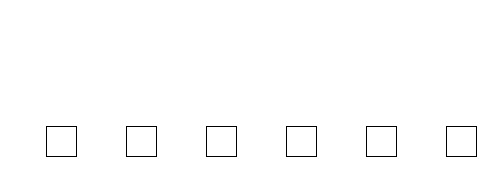
Before: bilstm.drawio in djher/test, a draw.io diagram. Source tidied: cells renumbered, new cells numbered last; positions are measured from the earlier drawing's top-left corner, leaving out a move shared by most shapes. Both pictures are drawn from the tidied source at 100%, with x=0, y=0 at pixel (46, 126).
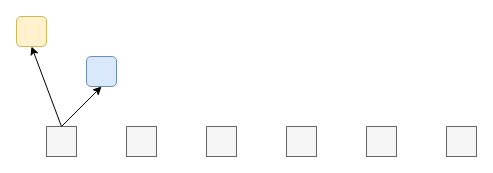
The same diagram, later.

Diff of the diagram source:
```diff
@@
 <mxGraphModel>
   <root>
     <mxCell id="0" />
     <mxCell id="1" parent="0" />
+    <mxCell id="8" style="rounded=0;jettySize=auto;html=1;exitX=0.5;exitY=0;exitDx=0;exitDy=0;entryX=0.5;entryY=1;entryDx=0;entryDy=0;" parent="1" edge="1" source="2" target="10">
+      <mxGeometry relative="1" as="geometry" />
+    </mxCell>
-    <mxCell id="2" style="whiteSpace=wrap;html=1;" parent="1" vertex="1">
+    <mxCell id="2" style="whiteSpace=wrap;html=1;fillColor=#f5f5f5;strokeColor=#666666;fontColor=#333333;" parent="1" vertex="1">
       <mxGeometry width="30" height="30" as="geometry" />
     </mxCell>
-    <mxCell id="3" style="whiteSpace=wrap;html=1;" parent="1" vertex="1">
+    <mxCell id="3" style="whiteSpace=wrap;html=1;fillColor=#f5f5f5;strokeColor=#666666;fontColor=#333333;" parent="1" vertex="1">
       <mxGeometry x="80" width="30" height="30" as="geometry" />
     </mxCell>
-    <mxCell id="4" style="whiteSpace=wrap;html=1;" parent="1" vertex="1">
+    <mxCell id="4" style="whiteSpace=wrap;html=1;fillColor=#f5f5f5;strokeColor=#666666;fontColor=#333333;" parent="1" vertex="1">
       <mxGeometry x="160" width="30" height="30" as="geometry" />
     </mxCell>
-    <mxCell id="5" style="whiteSpace=wrap;html=1;" parent="1" vertex="1">
+    <mxCell id="5" style="whiteSpace=wrap;html=1;fillColor=#f5f5f5;strokeColor=#666666;fontColor=#333333;" parent="1" vertex="1">
       <mxGeometry x="240" width="30" height="30" as="geometry" />
     </mxCell>
-    <mxCell id="6" style="whiteSpace=wrap;html=1;" parent="1" vertex="1">
+    <mxCell id="6" style="whiteSpace=wrap;html=1;fillColor=#f5f5f5;strokeColor=#666666;fontColor=#333333;" parent="1" vertex="1">
       <mxGeometry x="320" width="30" height="30" as="geometry" />
     </mxCell>
-    <mxCell id="7" style="whiteSpace=wrap;html=1;" parent="1" vertex="1">
+    <mxCell id="7" style="whiteSpace=wrap;html=1;fillColor=#f5f5f5;strokeColor=#666666;fontColor=#333333;" parent="1" vertex="1">
       <mxGeometry x="400" width="30" height="30" as="geometry" />
     </mxCell>
+    <mxCell id="9" style="rounded=1;whiteSpace=wrap;html=1;fillColor=#dae8fc;strokeColor=#6c8ebf;" parent="1" vertex="1">
+      <mxGeometry x="40" y="-70" width="30" height="30" as="geometry" />
+    </mxCell>
+    <mxCell id="10" style="rounded=1;whiteSpace=wrap;html=1;fillColor=#fff2cc;strokeColor=#d6b656;" parent="1" vertex="1">
+      <mxGeometry x="-30" y="-110" width="30" height="30" as="geometry" />
+    </mxCell>
+    <mxCell id="11" style="endArrow=classic;html=1;exitX=0.5;exitY=0;exitDx=0;exitDy=0;entryX=0.5;entryY=1;entryDx=0;entryDy=0;" parent="1" edge="1" source="2" target="9">
+      <mxGeometry relative="1" as="geometry" />
+    </mxCell>
   </root>
 </mxGraphModel>
```
